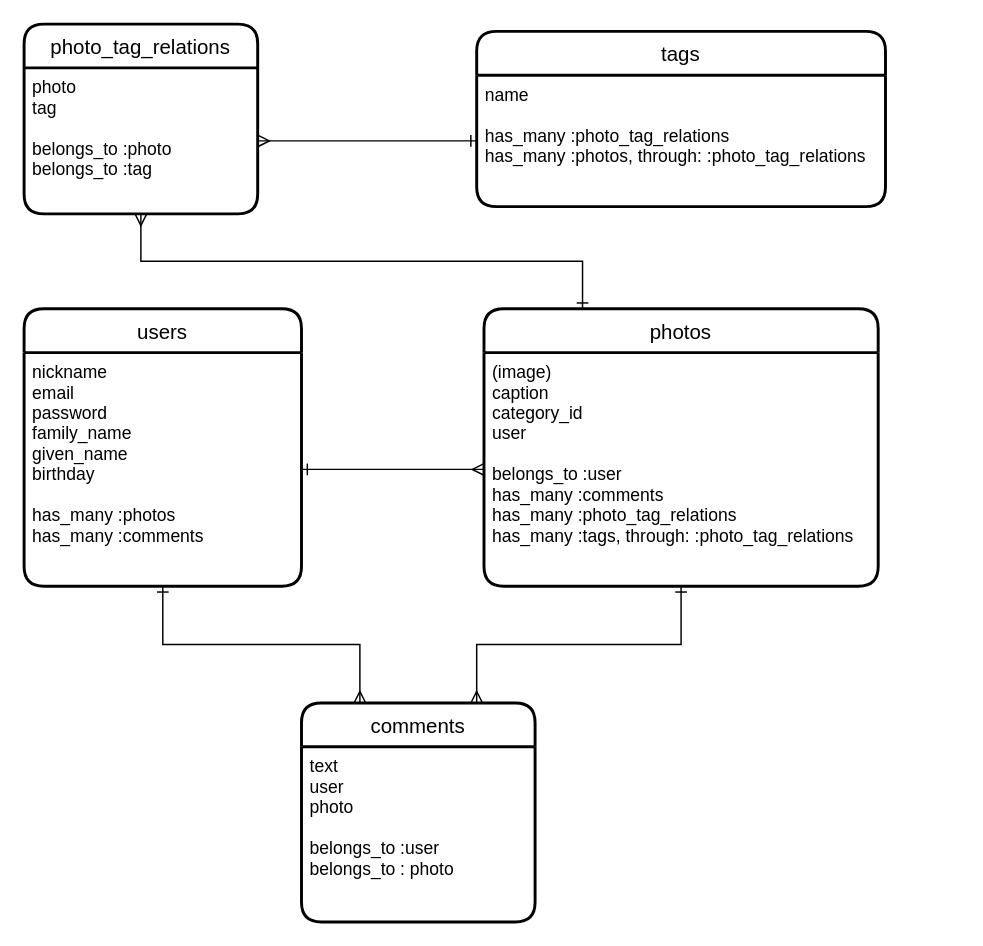
Earlier version of the draw.io diagram ER_petput.dio (MitsuTurtle/petput). Source tidied: cells renumbered, new cells numbered last; positions are measured from the earlier drawing's top-left corner, leaving out a move shared by most shapes. Both pictures are drawn from the tidied source at 146%, with x=0, y=0 at pixel (23, 23).
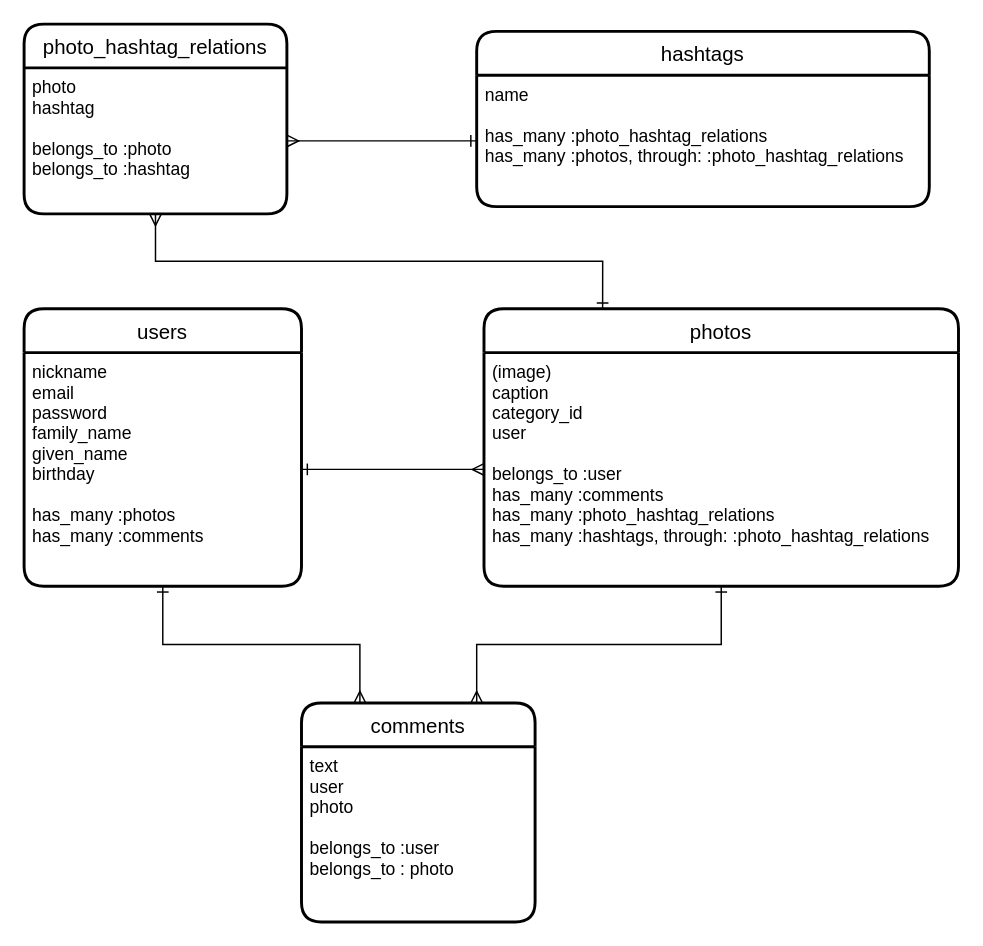
The same diagram, later.

Commit message (it also covers changes not shown here):
ER図とREADMEを編集

Change to the diagram source:
```diff
@@
 <mxGraphModel>
   <root>
     <mxCell id="0" />
     <mxCell id="1" parent="0" />
     <mxCell id="2" style="edgeStyle=orthogonalEdgeStyle;rounded=0;jettySize=auto;html=1;exitX=0.5;exitY=1;exitDx=0;exitDy=0;entryX=0.25;entryY=0;entryDx=0;entryDy=0;endArrow=ERmany;endFill=0;startArrow=ERone;startFill=0;" parent="1" edge="1" source="16" target="7">
       <mxGeometry relative="1" as="geometry" />
     </mxCell>
     <mxCell id="3" style="edgeStyle=orthogonalEdgeStyle;rounded=0;jettySize=auto;html=1;exitX=0.5;exitY=1;exitDx=0;exitDy=0;entryX=0.75;entryY=0;entryDx=0;entryDy=0;endArrow=ERmany;endFill=0;startArrow=ERone;startFill=0;" parent="1" edge="1" source="14" target="7">
       <mxGeometry relative="1" as="geometry" />
     </mxCell>
     <mxCell id="4" style="edgeStyle=orthogonalEdgeStyle;rounded=0;jettySize=auto;html=1;exitX=1;exitY=0.5;exitDx=0;exitDy=0;entryX=0;entryY=0.5;entryDx=0;entryDy=0;startArrow=ERone;startFill=0;endArrow=ERmany;endFill=0;" parent="1" edge="1" source="16" target="14">
       <mxGeometry relative="1" as="geometry" />
     </mxCell>
     <mxCell id="5" style="edgeStyle=orthogonalEdgeStyle;rounded=0;jettySize=auto;html=1;exitX=0;exitY=0.5;exitDx=0;exitDy=0;entryX=1;entryY=0.5;entryDx=0;entryDy=0;startArrow=ERone;startFill=0;endArrow=ERmany;endFill=0;strokeWidth=1;endSize=6;" parent="1" edge="1" source="12" target="10">
       <mxGeometry relative="1" as="geometry" />
     </mxCell>
     <mxCell id="6" style="edgeStyle=orthogonalEdgeStyle;rounded=0;jettySize=auto;html=1;exitX=0.25;exitY=0;exitDx=0;exitDy=0;startArrow=ERone;startFill=0;endArrow=ERmany;endFill=0;entryX=0.5;entryY=1;entryDx=0;entryDy=0;" parent="1" edge="1" source="13" target="10">
       <mxGeometry relative="1" as="geometry" />
     </mxCell>
     <mxCell id="7" value="comments" style="swimlane;horizontal=1;startSize=30;rounded=1;fontSize=14;fontStyle=0;strokeWidth=2;shadow=0;dashed=0;align=center;" parent="1" vertex="1">
       <mxGeometry x="190" y="465" width="160" height="150" as="geometry" />
     </mxCell>
     <mxCell id="8" value="text&#10;user&#10;photo&#10;&#10;belongs_to :user&#10;belongs_to : photo&#10;" style="align=left;strokeColor=none;fillColor=none;spacingLeft=4;fontSize=12;verticalAlign=top;" parent="7" vertex="1">
       <mxGeometry y="30" width="160" height="120" as="geometry" />
     </mxCell>
-    <mxCell id="9" value="photo_tag_relations" style="swimlane;horizontal=1;startSize=30;rounded=1;fontSize=14;fontStyle=0;strokeWidth=2;shadow=0;dashed=0;align=center;" parent="1" vertex="1">
-      <mxGeometry width="160" height="130" as="geometry" />
+    <mxCell id="9" value="photo_hashtag_relations" style="swimlane;horizontal=1;startSize=30;rounded=1;fontSize=14;fontStyle=0;strokeWidth=2;shadow=0;dashed=0;align=center;" parent="1" vertex="1">
+      <mxGeometry width="180" height="130" as="geometry" />
     </mxCell>
-    <mxCell id="10" value="photo&#10;tag&#10;&#10;belongs_to :photo&#10;belongs_to :tag" style="align=left;strokeColor=none;fillColor=none;spacingLeft=4;fontSize=12;verticalAlign=top;" parent="9" vertex="1">
-      <mxGeometry y="30" width="160" height="100" as="geometry" />
+    <mxCell id="10" value="photo&#10;hashtag&#10;&#10;belongs_to :photo&#10;belongs_to :hashtag" style="align=left;strokeColor=none;fillColor=none;spacingLeft=4;fontSize=12;verticalAlign=top;" parent="9" vertex="1">
+      <mxGeometry y="30" width="180" height="100" as="geometry" />
     </mxCell>
-    <mxCell id="11" value="tags" style="swimlane;horizontal=1;startSize=30;rounded=1;fontSize=14;fontStyle=0;strokeWidth=2;shadow=0;dashed=0;align=center;" parent="1" vertex="1">
-      <mxGeometry x="310" y="5" width="280" height="120" as="geometry" />
+    <mxCell id="11" value="hashtags" style="swimlane;horizontal=1;startSize=30;rounded=1;fontSize=14;fontStyle=0;strokeWidth=2;shadow=0;dashed=0;align=center;" parent="1" vertex="1">
+      <mxGeometry x="310" y="5" width="310" height="120" as="geometry" />
     </mxCell>
-    <mxCell id="12" value="name&#10;&#10;has_many :photo_tag_relations&#10;has_many :photos, through: :photo_tag_relations" style="align=left;strokeColor=none;fillColor=none;spacingLeft=4;fontSize=12;verticalAlign=top;" parent="11" vertex="1">
-      <mxGeometry y="30" width="280" height="90" as="geometry" />
+    <mxCell id="12" value="name&#10;&#10;has_many :photo_hashtag_relations&#10;has_many :photos, through: :photo_hashtag_relations" style="align=left;strokeColor=none;fillColor=none;spacingLeft=4;fontSize=12;verticalAlign=top;" parent="11" vertex="1">
+      <mxGeometry y="30" width="310" height="90" as="geometry" />
     </mxCell>
     <mxCell id="13" value="photos" style="swimlane;horizontal=1;startSize=30;rounded=1;fontSize=14;fontStyle=0;strokeWidth=2;shadow=0;dashed=0;align=center;" parent="1" vertex="1">
-      <mxGeometry x="315" y="195" width="270" height="190" as="geometry" />
+      <mxGeometry x="315" y="195" width="325" height="190" as="geometry" />
     </mxCell>
-    <mxCell id="14" value="(image)&#10;caption&#10;category_id&#10;user&#10;&#10;belongs_to :user&#10;has_many :comments&#10;has_many :photo_tag_relations&#10;has_many :tags, through: :photo_tag_relations" style="align=left;strokeColor=none;fillColor=none;spacingLeft=4;fontSize=12;verticalAlign=top;" parent="13" vertex="1">
-      <mxGeometry y="30" width="270" height="160" as="geometry" />
+    <mxCell id="14" value="(image)&#10;caption&#10;category_id&#10;user&#10;&#10;belongs_to :user&#10;has_many :comments&#10;has_many :photo_hashtag_relations&#10;has_many :hashtags, through: :photo_hashtag_relations" style="align=left;strokeColor=none;fillColor=none;spacingLeft=4;fontSize=12;verticalAlign=top;" parent="13" vertex="1">
+      <mxGeometry y="30" width="325" height="160" as="geometry" />
     </mxCell>
     <mxCell id="15" value="users" style="swimlane;horizontal=1;startSize=30;rounded=1;fontSize=14;fontStyle=0;strokeWidth=2;shadow=0;dashed=0;align=center;" parent="1" vertex="1">
       <mxGeometry y="195" width="190" height="190" as="geometry" />
     </mxCell>
     <mxCell id="16" value="nickname&#10;email&#10;password&#10;family_name&#10;given_name&#10;birthday&#10;&#10;has_many :photos&#10;has_many :comments" style="align=left;strokeColor=none;fillColor=none;spacingLeft=4;fontSize=12;verticalAlign=top;" parent="15" vertex="1">
       <mxGeometry y="30" width="190" height="160" as="geometry" />
     </mxCell>
   </root>
 </mxGraphModel>
```
